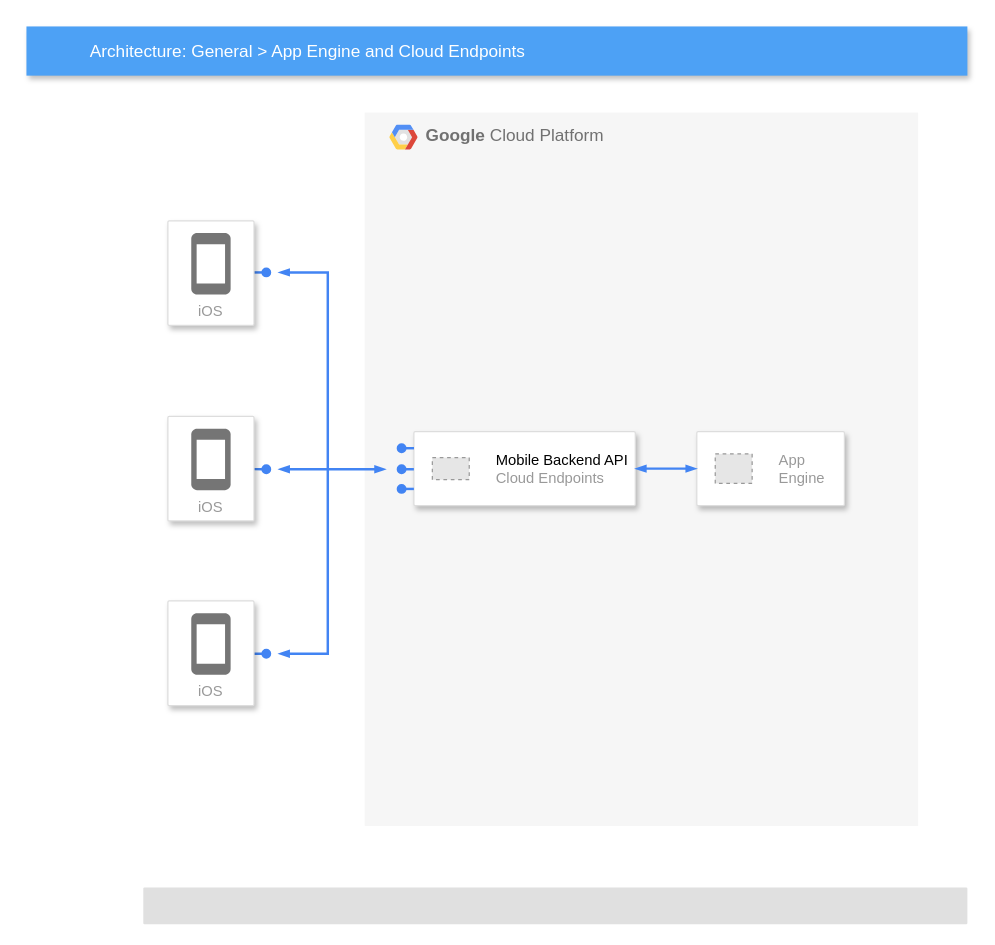
Earlier version of the draw.io diagram Diagrama sin título.drawio (Jearvaldor95/Diagramas). Source tidied: cells renumbered, new cells numbered last; positions are measured from the earlier drawing's top-left corner, leaving out a move shared by most shapes. Both pictures are drawn from the tidied source at 123%, with x=0, y=0 at pixel (26, 26). Pictures stored in the file or linked from it are replaced by grey dashed boxes.
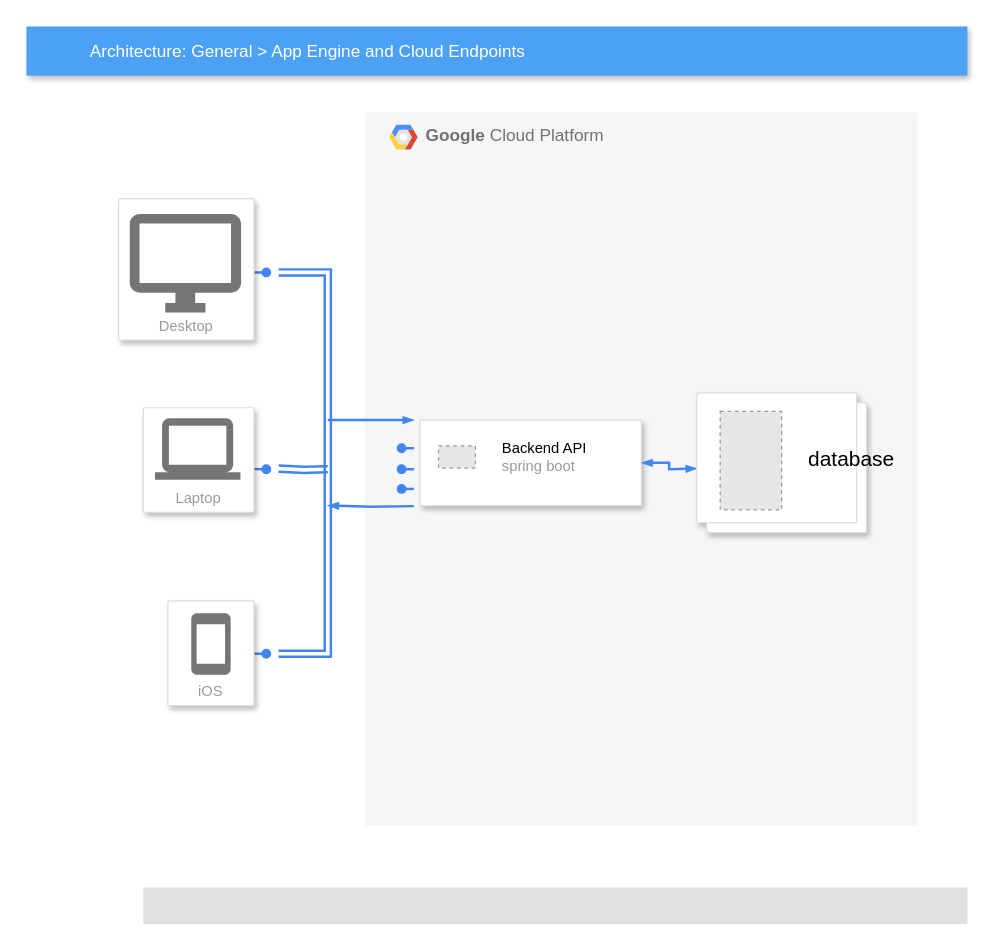
The same diagram, later.

Commit message:
Actualizar api rest.drawio

The change refers to these unchanged cells:
```xml
<mxCell id="2" value="&lt;b&gt;Google &lt;/b&gt;Cloud Platform" style="fillColor=#F6F6F6;strokeColor=none;shadow=0;gradientColor=none;fontSize=14;align=left;spacing=10;fontColor=#717171;9E9E9E;verticalAlign=top;spacingTop=-4;fontStyle=0;spacingLeft=40;html=1;" parent="1" vertex="1">
  <mxGeometry x="275" y="70" width="450" height="580" as="geometry" />
</mxCell>
```

Change to the diagram source:
```diff
@@
-    <mxCell id="4" style="strokeColor=#dddddd;shadow=1;strokeWidth=1;rounded=1;absoluteArcSize=1;arcSize=2;" parent="2" vertex="1">
-      <mxGeometry x="270" y="259.5" width="120" height="60" as="geometry" />
-    </mxCell>
-    <mxCell id="5" value="App&#10;Engine" style="fillColor=#E6E6E6;strokeColor=#999999;dashed=1;html=1;fontColor=#999999;verticalLabelPosition=middle;verticalAlign=middle;labelPosition=right;align=left;spacingLeft=20;" parent="4" vertex="1">
-      <mxGeometry width="30" height="24" relative="1" as="geometry">
-        <mxPoint x="15" y="18" as="offset" />
-      </mxGeometry>
-    </mxCell>
     <mxCell id="6" style="strokeColor=#dddddd;shadow=1;strokeWidth=1;rounded=1;absoluteArcSize=1;arcSize=2;" parent="2" vertex="1">
-      <mxGeometry x="40" y="259.5" width="180" height="60" as="geometry" />
+      <mxGeometry x="45" y="250" width="180" height="69.5" as="geometry" />
     </mxCell>
-    <mxCell id="7" value="&lt;font color=&quot;#000000&quot;&gt;Mobile Backend API&lt;/font&gt;&lt;br&gt;Cloud Endpoints" style="fillColor=#E6E6E6;strokeColor=#999999;dashed=1;html=1;fontColor=#999999;verticalLabelPosition=middle;verticalAlign=middle;labelPosition=right;align=left;spacingLeft=20;" parent="6" vertex="1">
+    <mxCell id="7" value="&lt;font color=&quot;#000000&quot;&gt;Backend API&lt;/font&gt;&lt;br&gt;spring boot" style="fillColor=#E6E6E6;strokeColor=#999999;dashed=1;html=1;fontColor=#999999;verticalLabelPosition=middle;verticalAlign=middle;labelPosition=right;align=left;spacingLeft=20;" parent="6" vertex="1">
       <mxGeometry width="30" height="18" relative="1" as="geometry">
         <mxPoint x="15" y="21" as="offset" />
       </mxGeometry>
     </mxCell>
-    <mxCell id="8" style="edgeStyle=orthogonalEdgeStyle;fontSize=12;html=1;endArrow=blockThin;endFill=1;rounded=0;strokeWidth=2;endSize=4;startSize=4;dashed=0;strokeColor=#4284F3;startArrow=blockThin;startFill=1;" parent="2" edge="1" source="6" target="4">
-      <mxGeometry relative="1" as="geometry" />
+    <mxCell id="8" style="edgeStyle=orthogonalEdgeStyle;fontSize=12;html=1;endArrow=blockThin;endFill=1;rounded=0;strokeWidth=2;endSize=4;startSize=4;dashed=0;strokeColor=#4284F3;startArrow=blockThin;startFill=1;" parent="2" edge="1" source="6">
+      <mxGeometry relative="1" as="geometry">
+        <mxPoint x="270" y="289.5" as="targetPoint" />
+      </mxGeometry>
     </mxCell>
+    <mxCell id="25" style="shape=mxgraph.gcp2.doubleRect;strokeColor=#dddddd;shadow=1;strokeWidth=1;rounded=1;absoluteArcSize=1;arcSize=2;" parent="2" vertex="1">
+      <mxGeometry x="270" y="228" width="138" height="113.5" as="geometry" />
+    </mxCell>
+    <mxCell id="26" value="&lt;font style=&quot;font-size: 17px;&quot; color=&quot;#000000&quot;&gt;database&lt;/font&gt;" style="fillColor=#E6E6E6;strokeColor=#999999;dashed=1;html=1;fontColor=#999999;verticalLabelPosition=middle;verticalAlign=middle;labelPosition=right;align=left;spacingLeft=20;" parent="25" vertex="1">
+      <mxGeometry width="50" height="80" relative="1" as="geometry">
+        <mxPoint x="19" y="15" as="offset" />
+      </mxGeometry>
+    </mxCell>
+    <mxCell id="27" style="edgeStyle=orthogonalEdgeStyle;fontSize=12;html=1;endArrow=blockThin;endFill=1;rounded=0;strokeWidth=2;endSize=4;startSize=4;dashed=0;strokeColor=#4284F3;" parent="2" edge="1">
+      <mxGeometry relative="1" as="geometry">
+        <mxPoint x="-30" y="250" as="sourcePoint" />
+        <mxPoint x="40" y="250" as="targetPoint" />
+      </mxGeometry>
+    </mxCell>
+    <mxCell id="28" style="edgeStyle=orthogonalEdgeStyle;fontSize=12;html=1;endArrow=blockThin;endFill=1;rounded=0;strokeWidth=2;endSize=4;startSize=4;dashed=0;strokeColor=#4284F3;" parent="2" edge="1">
+      <mxGeometry relative="1" as="geometry">
+        <mxPoint x="40" y="320" as="sourcePoint" />
+        <mxPoint x="-30" y="319.5" as="targetPoint" />
+      </mxGeometry>
+    </mxCell>
@@
-    <mxCell id="14" style="edgeStyle=orthogonalEdgeStyle;fontSize=12;html=1;endArrow=blockThin;endFill=1;rounded=0;strokeWidth=2;endSize=4;startSize=4;dashed=0;strokeColor=#4284F3;startArrow=blockThin;startFill=1;" parent="1" edge="1">
-      <mxGeometry relative="1" as="geometry">
-        <mxPoint x="205" y="360" as="sourcePoint" />
-        <mxPoint x="292" y="360" as="targetPoint" />
-        <Array as="points">
-          <mxPoint x="245" y="360" />
-          <mxPoint x="245" y="360" />
-        </Array>
-      </mxGeometry>
-    </mxCell>
-    <mxCell id="15" style="fontSize=12;html=1;endArrow=blockThin;endFill=1;rounded=0;strokeWidth=2;endSize=4;startSize=4;dashed=0;strokeColor=#4284F3;startArrow=blockThin;startFill=1;edgeStyle=orthogonalEdgeStyle;" parent="1" edge="1">
+    <mxCell id="15" style="fontSize=12;html=1;endArrow=none;endFill=0;rounded=0;strokeWidth=2;strokeColor=#4284F3;startArrow=blockThin;startFill=1;edgeStyle=orthogonalEdgeStyle;shape=link;" parent="1" edge="1">
       <mxGeometry relative="1" as="geometry">
         <mxPoint x="205" y="200" as="sourcePoint" />
         <mxPoint x="205" y="510" as="targetPoint" />
         <Array as="points">
           <mxPoint x="245" y="200" />
           <mxPoint x="245" y="510" />
         </Array>
       </mxGeometry>
     </mxCell>
@@
-    <mxCell id="19" value="iOS" style="strokeColor=#dddddd;fillColor=#ffffff;shadow=1;strokeWidth=1;rounded=1;absoluteArcSize=1;arcSize=2;labelPosition=center;verticalLabelPosition=middle;align=center;verticalAlign=bottom;spacingLeft=0;fontColor=#999999;fontSize=12;whiteSpace=wrap;spacingBottom=2;html=1;" parent="1" vertex="1">
-      <mxGeometry x="115" y="158" width="70" height="85" as="geometry" />
-    </mxCell>
-    <mxCell id="20" style="dashed=0;html=1;fillColor=#757575;strokeColor=none;shape=mxgraph.gcp2.phone;" parent="19" vertex="1">
-      <mxGeometry x="0.5" width="32" height="50" relative="1" as="geometry">
-        <mxPoint x="-16" y="10" as="offset" />
-      </mxGeometry>
-    </mxCell>
-    <mxCell id="21" value="iOS" style="strokeColor=#dddddd;fillColor=#ffffff;shadow=1;strokeWidth=1;rounded=1;absoluteArcSize=1;arcSize=2;labelPosition=center;verticalLabelPosition=middle;align=center;verticalAlign=bottom;spacingLeft=0;fontColor=#999999;fontSize=12;whiteSpace=wrap;spacingBottom=2;html=1;" parent="1" vertex="1">
-      <mxGeometry x="115" y="317" width="70" height="85" as="geometry" />
-    </mxCell>
-    <mxCell id="22" style="dashed=0;html=1;fillColor=#757575;strokeColor=none;shape=mxgraph.gcp2.phone;" parent="21" vertex="1">
-      <mxGeometry x="0.5" width="32" height="50" relative="1" as="geometry">
-        <mxPoint x="-16" y="10" as="offset" />
-      </mxGeometry>
-    </mxCell>
@@
+    <mxCell id="29" style="edgeStyle=orthogonalEdgeStyle;fontSize=12;html=1;endArrow=blockThin;endFill=1;rounded=0;strokeWidth=2;dashed=0;strokeColor=#4284F3;shape=link;" parent="1" edge="1">
+      <mxGeometry relative="1" as="geometry">
+        <mxPoint x="245" y="360" as="sourcePoint" />
+        <mxPoint x="205" y="359.5" as="targetPoint" />
+      </mxGeometry>
+    </mxCell>
+    <mxCell id="30" value="Desktop" style="strokeColor=#dddddd;shadow=1;strokeWidth=1;rounded=1;absoluteArcSize=1;arcSize=2;labelPosition=center;verticalLabelPosition=middle;align=center;verticalAlign=bottom;spacingLeft=0;fontColor=#999999;fontSize=12;whiteSpace=wrap;spacingBottom=2;html=1;" parent="1" vertex="1">
+      <mxGeometry x="75" y="140" width="110" height="115" as="geometry" />
+    </mxCell>
+    <mxCell id="31" style="sketch=0;dashed=0;html=1;fillColor=#757575;strokeColor=none;shape=mxgraph.gcp2.desktop;" parent="30" vertex="1">
+      <mxGeometry x="0.5" width="90.5" height="80" relative="1" as="geometry">
+        <mxPoint x="-46" y="12.5" as="offset" />
+      </mxGeometry>
+    </mxCell>
+    <mxCell id="32" value="Laptop" style="strokeColor=#dddddd;shadow=1;strokeWidth=1;rounded=1;absoluteArcSize=1;arcSize=2;labelPosition=center;verticalLabelPosition=middle;align=center;verticalAlign=bottom;spacingLeft=0;fontColor=#999999;fontSize=12;whiteSpace=wrap;spacingBottom=2;html=1;" parent="1" vertex="1">
+      <mxGeometry x="95" y="310" width="90" height="85" as="geometry" />
+    </mxCell>
+    <mxCell id="33" style="sketch=0;dashed=0;html=1;fillColor=#757575;strokeColor=none;shape=mxgraph.gcp2.laptop;" parent="32" vertex="1">
+      <mxGeometry x="0.5" width="69.5" height="50" relative="1" as="geometry">
+        <mxPoint x="-35.5" y="8.5" as="offset" />
+      </mxGeometry>
+    </mxCell>
```
